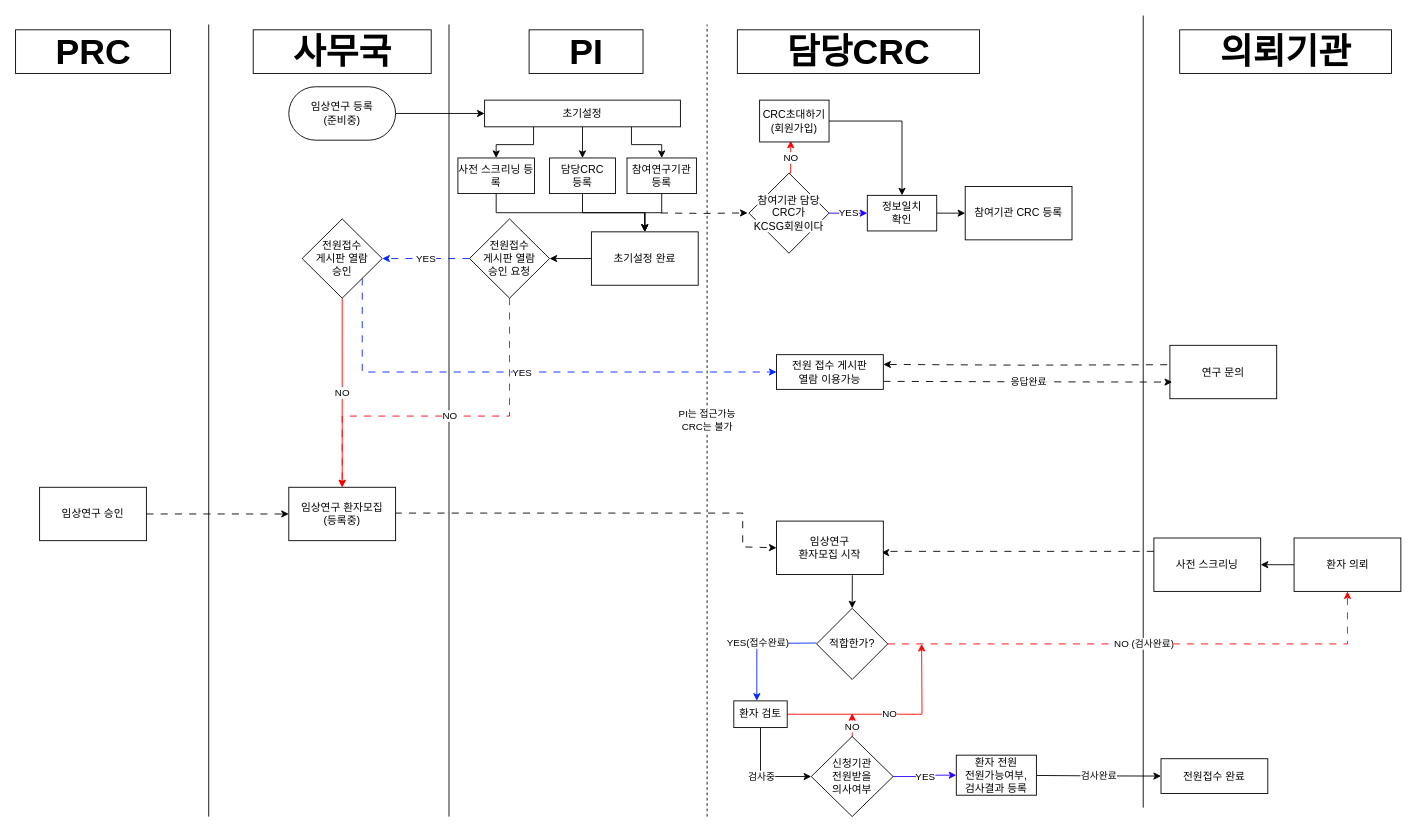
This is page "Process" (1 of 2) of Algo/withSystem.drawio from Mark1237200/Projects, a draw.io file, before an edit. Source tidied: cells renumbered, new cells numbered last; positions are measured from the earlier drawing's top-left corner, leaving out a move shared by most shapes. Both pictures are drawn from the tidied source at 89%, with x=0, y=0 at pixel (39, 15).
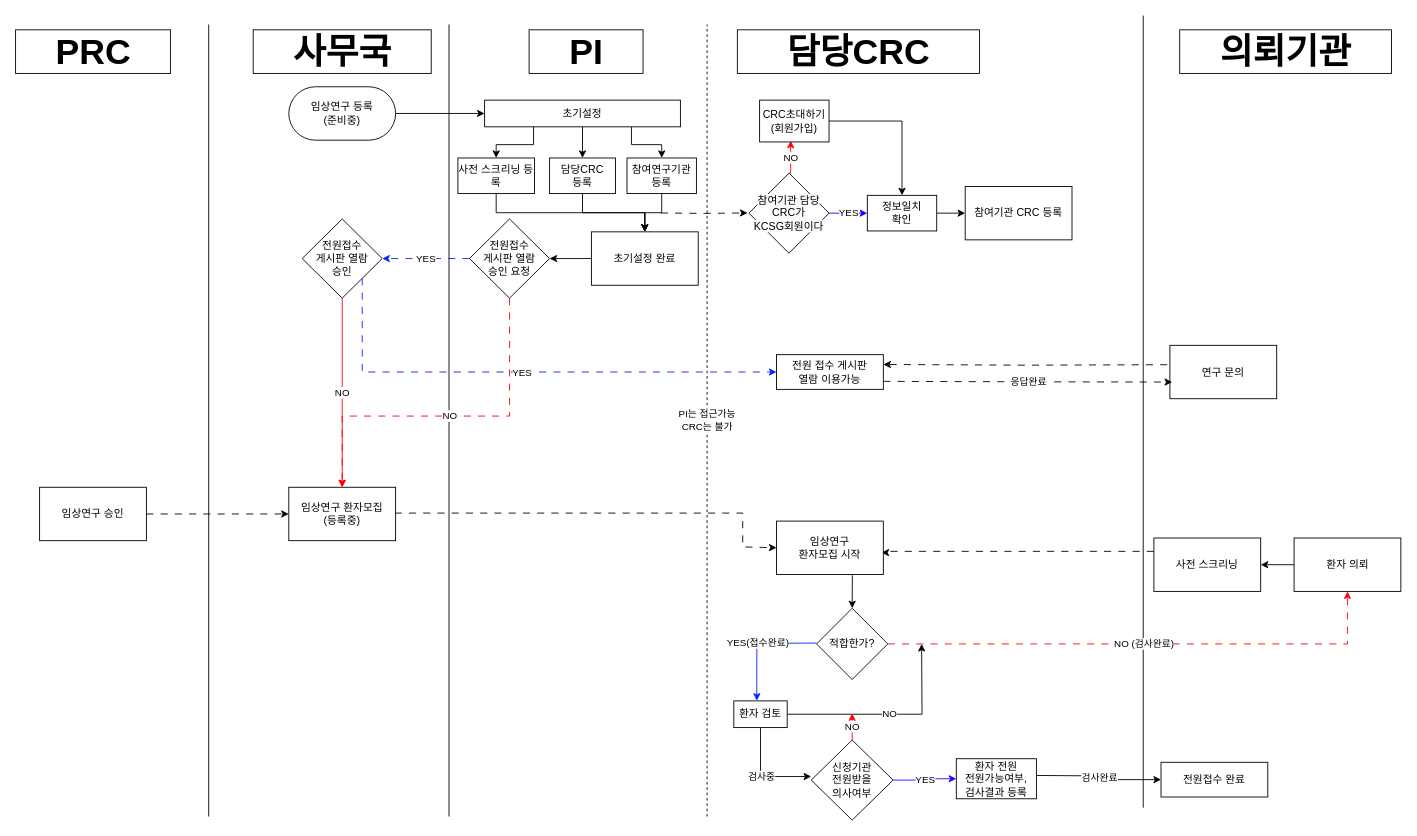
Above is the later version.

Commit message:
KCSG process v3.2

The change refers to these unchanged cells:
```xml
<mxCell id="51" value="환자 검토" style="rounded=0;whiteSpace=wrap;html=1;" parent="1" vertex="1">
  <mxGeometry x="780" y="770" width="60" height="30" as="geometry" />
</mxCell>
```

The edit, as a diff of the source:
```diff
@@
-    <mxCell id="44" value="NO" style="edgeStyle=orthogonalEdgeStyle;rounded=0;jettySize=auto;html=1;strokeColor=#ff0000;exitX=1;exitY=0.5;exitDx=0;exitDy=0;" parent="1" edge="1" source="51">
+    <mxCell id="44" value="NO" style="edgeStyle=orthogonalEdgeStyle;rounded=0;jettySize=auto;html=1;strokeColor=#000000;exitX=1;exitY=0.5;exitDx=0;exitDy=0;" parent="1" edge="1" source="51">
       <mxGeometry relative="1" as="geometry">
         <mxPoint x="991" y="706" as="targetPoint" />
       </mxGeometry>
     </mxCell>
@@
     <mxCell id="47" value="신청기관&lt;br&gt;전원받을&lt;br&gt;의사여부" style="rhombus;whiteSpace=wrap;html=1;" parent="1" vertex="1">
-      <mxGeometry x="867" y="810" width="92" height="90" as="geometry" />
+      <mxGeometry x="867" y="814" width="92" height="90" as="geometry" />
     </mxCell>
@@
     <mxCell id="49" value="환자 전원&lt;br&gt;전원가능여부,&lt;br&gt;검사결과 등록" style="rounded=0;whiteSpace=wrap;html=1;" parent="1" vertex="1">
-      <mxGeometry x="1030" y="831" width="90" height="45" as="geometry" />
+      <mxGeometry x="1030" y="835" width="90" height="45" as="geometry" />
     </mxCell>
@@
     <mxCell id="65" value="전원접수 완료" style="rounded=0;whiteSpace=wrap;html=1;" parent="1" vertex="1">
-      <mxGeometry x="1260" y="835" width="120" height="39" as="geometry" />
+      <mxGeometry x="1260" y="839" width="120" height="39" as="geometry" />
     </mxCell>
```
